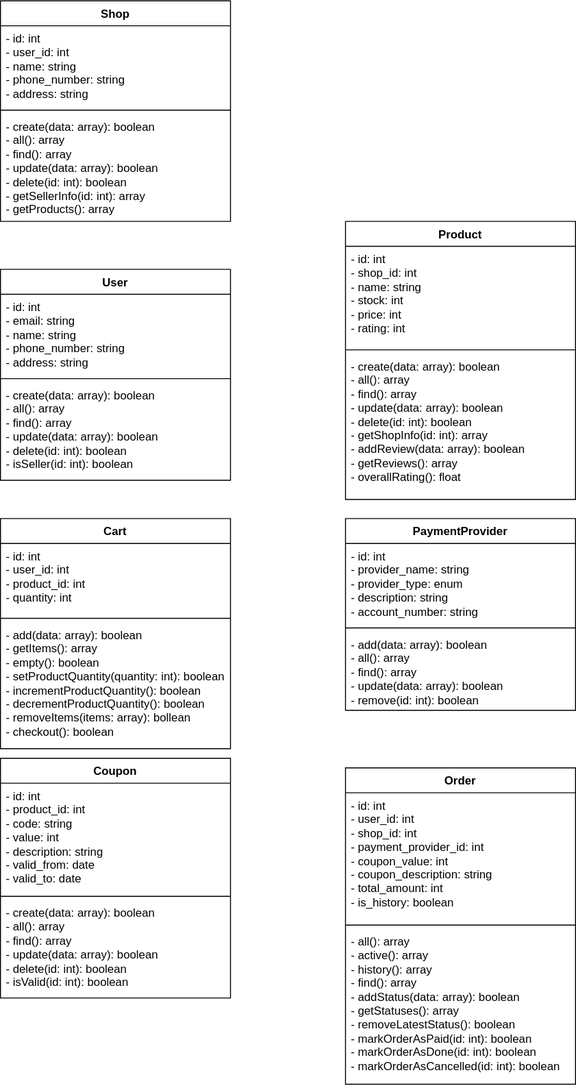
Above: class-diagram.drawio.svg in redorgs/luxe-crafted (draw.io), before the change. Source tidied: cells renumbered, new cells last; positions are measured from the earlier drawing's top-left corner, leaving out a move shared by most shapes.
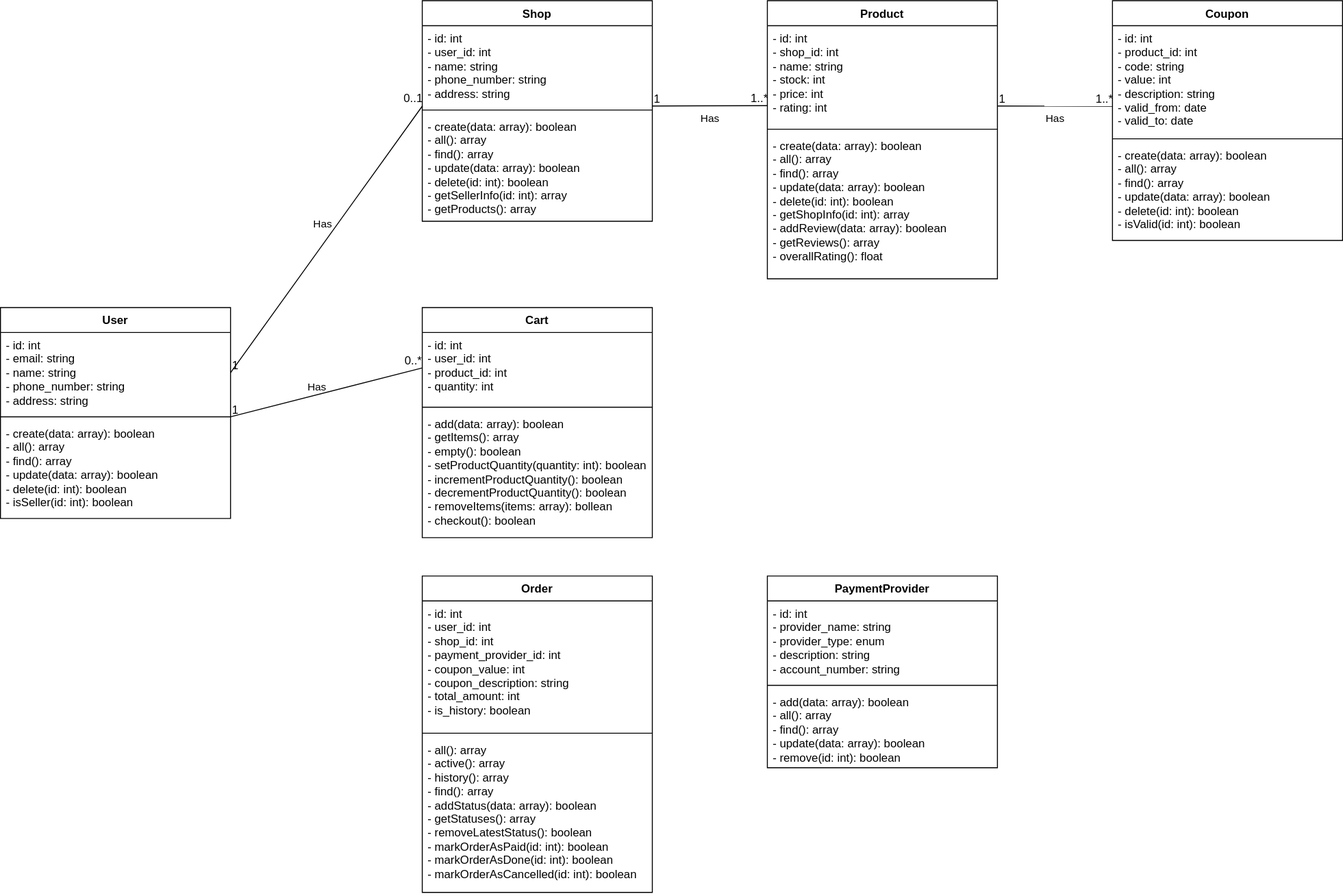
Later version of the same file.

Change to the diagram source:
```diff
@@ -3,7 +3,7 @@
     <mxCell id="0" />
     <mxCell id="1" parent="0" />
     <mxCell id="2" value="User" style="swimlane;fontStyle=1;align=center;verticalAlign=top;horizontal=1;startSize=26;whiteSpace=wrap;html=1;" parent="1" vertex="1">
-      <mxGeometry y="280" width="240" height="220" as="geometry" />
+      <mxGeometry x="-120" y="580" width="240" height="220" as="geometry" />
     </mxCell>
     <mxCell id="3" value="- id: int&lt;br&gt;- email: string&lt;br&gt;- name: string&lt;br&gt;- phone_number: string&lt;br&gt;- address: string" style="text;strokeColor=none;fillColor=none;align=left;verticalAlign=top;spacingLeft=4;spacingRight=4;overflow=hidden;points=[[0,0.5],[1,0.5]];portConstraint=eastwest;whiteSpace=wrap;html=1;" parent="2" vertex="1">
       <mxGeometry y="26" width="240" height="84" as="geometry" />
@@ -15,7 +15,7 @@
       <mxGeometry y="118" width="240" height="102" as="geometry" />
     </mxCell>
     <mxCell id="6" value="Shop" style="swimlane;fontStyle=1;align=center;verticalAlign=top;horizontal=1;startSize=26;whiteSpace=wrap;html=1;" parent="1" vertex="1">
-      <mxGeometry width="240" height="230" as="geometry" />
+      <mxGeometry x="320" y="260" width="240" height="230" as="geometry" />
     </mxCell>
     <mxCell id="7" value="- id: int&#10;- user_id: int&#10;- name: string&#10;- phone_number: string&#10;- address: string" style="text;strokeColor=none;fillColor=none;align=left;verticalAlign=top;spacingLeft=4;spacingRight=4;overflow=hidden;points=[[0,0.5],[1,0.5]];portConstraint=eastwest;whiteSpace=wrap;html=1;" parent="6" vertex="1">
       <mxGeometry y="26" width="240" height="84" as="geometry" />
@@ -27,7 +27,7 @@
       <mxGeometry y="118" width="240" height="112" as="geometry" />
     </mxCell>
     <mxCell id="10" value="&lt;div&gt;Product&lt;/div&gt;" style="swimlane;fontStyle=1;align=center;verticalAlign=top;horizontal=1;startSize=26;whiteSpace=wrap;html=1;" parent="1" vertex="1">
-      <mxGeometry x="360" y="230" width="240" height="290" as="geometry" />
+      <mxGeometry x="680" y="260" width="240" height="290" as="geometry" />
     </mxCell>
     <mxCell id="11" value="- id: int&#10;- shop_id: int&#10;- name: string&#10;- stock: int&#10;- price: int&#10;- rating: int" style="text;strokeColor=none;fillColor=none;align=left;verticalAlign=top;spacingLeft=4;spacingRight=4;overflow=hidden;points=[[0,0.5],[1,0.5]];portConstraint=eastwest;whiteSpace=wrap;html=1;" parent="10" vertex="1">
       <mxGeometry y="26" width="240" height="104" as="geometry" />
@@ -39,7 +39,7 @@
       <mxGeometry y="138" width="240" height="152" as="geometry" />
     </mxCell>
     <mxCell id="14" value="Cart" style="swimlane;fontStyle=1;align=center;verticalAlign=top;horizontal=1;startSize=26;whiteSpace=wrap;html=1;" parent="1" vertex="1">
-      <mxGeometry y="540" width="240" height="240" as="geometry" />
+      <mxGeometry x="320" y="580" width="240" height="240" as="geometry" />
     </mxCell>
     <mxCell id="15" value="- id: int&#10;- user_id: int&#10;- product_id: int&#10;- quantity: int" style="text;strokeColor=none;fillColor=none;align=left;verticalAlign=top;spacingLeft=4;spacingRight=4;overflow=hidden;points=[[0,0.5],[1,0.5]];portConstraint=eastwest;whiteSpace=wrap;html=1;" parent="14" vertex="1">
       <mxGeometry y="26" width="240" height="74" as="geometry" />
@@ -51,7 +51,7 @@
       <mxGeometry y="108" width="240" height="132" as="geometry" />
     </mxCell>
     <mxCell id="18" value="PaymentProvider" style="swimlane;fontStyle=1;align=center;verticalAlign=top;horizontal=1;startSize=26;whiteSpace=wrap;html=1;" parent="1" vertex="1">
-      <mxGeometry x="360" y="540" width="240" height="200" as="geometry" />
+      <mxGeometry x="680" y="860" width="240" height="200" as="geometry" />
     </mxCell>
     <mxCell id="19" value="- id: int&#10;- provider_name: string&#10;- provider_type: enum&#10;- description: string&#10;- account_number: string" style="text;strokeColor=none;fillColor=none;align=left;verticalAlign=top;spacingLeft=4;spacingRight=4;overflow=hidden;whiteSpace=wrap;html=1;" parent="18" vertex="1">
       <mxGeometry y="26" width="240" height="84" as="geometry" />
@@ -63,7 +63,7 @@
       <mxGeometry y="118" width="240" height="82" as="geometry" />
     </mxCell>
     <mxCell id="22" value="Order" style="swimlane;fontStyle=1;align=center;verticalAlign=top;horizontal=1;startSize=26;whiteSpace=wrap;html=1;" parent="1" vertex="1">
-      <mxGeometry x="360" y="800" width="240" height="330" as="geometry" />
+      <mxGeometry x="320" y="860" width="240" height="330" as="geometry" />
     </mxCell>
     <mxCell id="23" value="- id: int&#10;- user_id: int&#10;- shop_id: int&#10;- payment_provider_id: int&#10;- coupon_value: int&#10;- coupon_description: string&#10;- total_amount: int&#10;- is_history: boolean" style="text;strokeColor=none;fillColor=none;align=left;verticalAlign=top;spacingLeft=4;spacingRight=4;overflow=hidden;whiteSpace=wrap;html=1;" parent="22" vertex="1">
       <mxGeometry y="26" width="240" height="134" as="geometry" />
@@ -75,7 +75,7 @@
       <mxGeometry y="168" width="240" height="162" as="geometry" />
     </mxCell>
     <mxCell id="26" value="Coupon" style="swimlane;fontStyle=1;align=center;verticalAlign=top;horizontal=1;startSize=26;whiteSpace=wrap;html=1;" parent="1" vertex="1">
-      <mxGeometry y="790" width="240" height="250" as="geometry" />
+      <mxGeometry x="1040" y="260" width="240" height="250" as="geometry" />
     </mxCell>
     <mxCell id="27" value="- id: int&#10;- product_id: int&#10;- code: string&#10;- value: int&#10;- description: string&#10;- valid_from: date&#10;- valid_to: date" style="text;strokeColor=none;fillColor=none;align=left;verticalAlign=top;spacingLeft=4;spacingRight=4;overflow=hidden;whiteSpace=wrap;html=1;" parent="26" vertex="1">
       <mxGeometry y="26" width="240" height="114" as="geometry" />
@@ -86,5 +86,43 @@
     <mxCell id="29" value="- create(data: array): boolean&#10;- all(): array&#10;- find(): array&#10;- update(data: array): boolean&#10;- delete(id: int): boolean&#10;- isValid(id: int): boolean" style="text;strokeColor=none;fillColor=none;align=left;verticalAlign=top;spacingLeft=4;spacingRight=4;overflow=hidden;whiteSpace=wrap;html=1;" parent="26" vertex="1">
       <mxGeometry y="148" width="240" height="102" as="geometry" />
     </mxCell>
+    <mxCell id="30" value="Has" style="endArrow=none;html=1;rounded=0;align=center;verticalAlign=top;endFill=0;labelBackgroundColor=none;exitX=1;exitY=0.5;exitDx=0;exitDy=0;entryX=0.001;entryY=0.996;entryDx=0;entryDy=0;entryPerimeter=0;" parent="1" edge="1" source="3" target="7">
+      <mxGeometry x="0.12" y="20" relative="1" as="geometry" />
+    </mxCell>
+    <mxCell id="31" value="1" style="html=1;align=left;verticalAlign=bottom;labelBackgroundColor=none;" parent="30" vertex="1">
+      <mxGeometry x="-1" relative="1" as="geometry" />
+    </mxCell>
+    <mxCell id="32" value="0..1" style="html=1;align=right;verticalAlign=bottom;labelBackgroundColor=none;" parent="30" vertex="1">
+      <mxGeometry x="1" relative="1" as="geometry" />
+    </mxCell>
+    <mxCell id="33" value="Has" style="endArrow=none;html=1;rounded=0;align=center;verticalAlign=top;endFill=0;labelBackgroundColor=none;exitX=1;exitY=0.998;exitDx=0;exitDy=0;entryX=0;entryY=0.802;entryDx=0;entryDy=0;exitPerimeter=0;entryPerimeter=0;" parent="1" edge="1" source="7" target="11">
+      <mxGeometry relative="1" as="geometry" />
+    </mxCell>
+    <mxCell id="34" value="1" style="html=1;align=left;verticalAlign=bottom;labelBackgroundColor=none;" parent="33" vertex="1">
+      <mxGeometry x="-1" relative="1" as="geometry" />
+    </mxCell>
+    <mxCell id="35" value="1..*" style="html=1;align=right;verticalAlign=bottom;labelBackgroundColor=none;" parent="33" vertex="1">
+      <mxGeometry x="1" relative="1" as="geometry" />
+    </mxCell>
+    <mxCell id="36" value="Has" style="endArrow=none;html=1;rounded=0;align=center;verticalAlign=top;endFill=0;labelBackgroundColor=none;exitX=1.001;exitY=1.046;exitDx=0;exitDy=0;entryX=0;entryY=0.5;entryDx=0;entryDy=0;exitPerimeter=0;" parent="1" edge="1" source="3" target="15">
+      <mxGeometry x="-0.06" y="20" relative="1" as="geometry" />
+    </mxCell>
+    <mxCell id="37" value="1" style="html=1;align=left;verticalAlign=bottom;labelBackgroundColor=none;" parent="36" vertex="1">
+      <mxGeometry x="-1" relative="1" as="geometry" />
+    </mxCell>
+    <mxCell id="38" value="0..*" style="html=1;align=right;verticalAlign=bottom;labelBackgroundColor=none;" parent="36" vertex="1">
+      <mxGeometry x="1" relative="1" as="geometry" />
+    </mxCell>
+    <mxCell id="39" value="Has" style="endArrow=none;html=1;rounded=0;align=center;verticalAlign=top;endFill=0;labelBackgroundColor=none;exitX=1;exitY=0.806;exitDx=0;exitDy=0;exitPerimeter=0;" parent="1" edge="1" source="11">
+      <mxGeometry relative="1" as="geometry">
+        <mxPoint x="1040" y="370" as="targetPoint" />
+      </mxGeometry>
+    </mxCell>
+    <mxCell id="40" value="1" style="html=1;align=left;verticalAlign=bottom;labelBackgroundColor=none;" parent="39" vertex="1">
+      <mxGeometry x="-1" relative="1" as="geometry" />
+    </mxCell>
+    <mxCell id="41" value="1..*" style="html=1;align=right;verticalAlign=bottom;labelBackgroundColor=none;" parent="39" vertex="1">
+      <mxGeometry x="1" relative="1" as="geometry" />
+    </mxCell>
   </root>
 </mxGraphModel>
```
